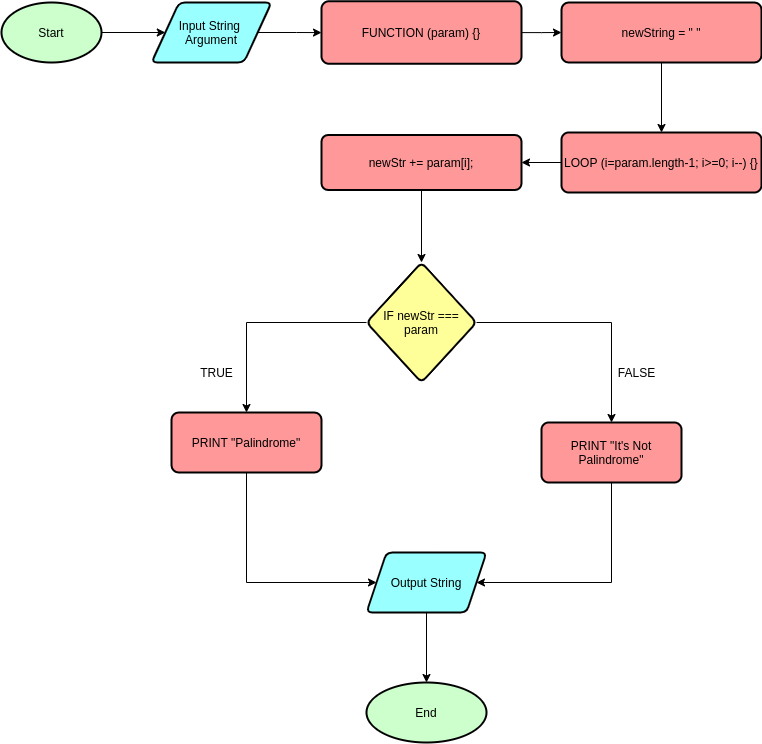
Earlier version of the draw.io export Flowchart/2_palindromeDetector.png (ferdianfh/algorithm-and-flowchart). Source tidied: cells renumbered, new cells last; positions are measured from the earlier drawing's top-left corner, leaving out a move shared by most shapes.
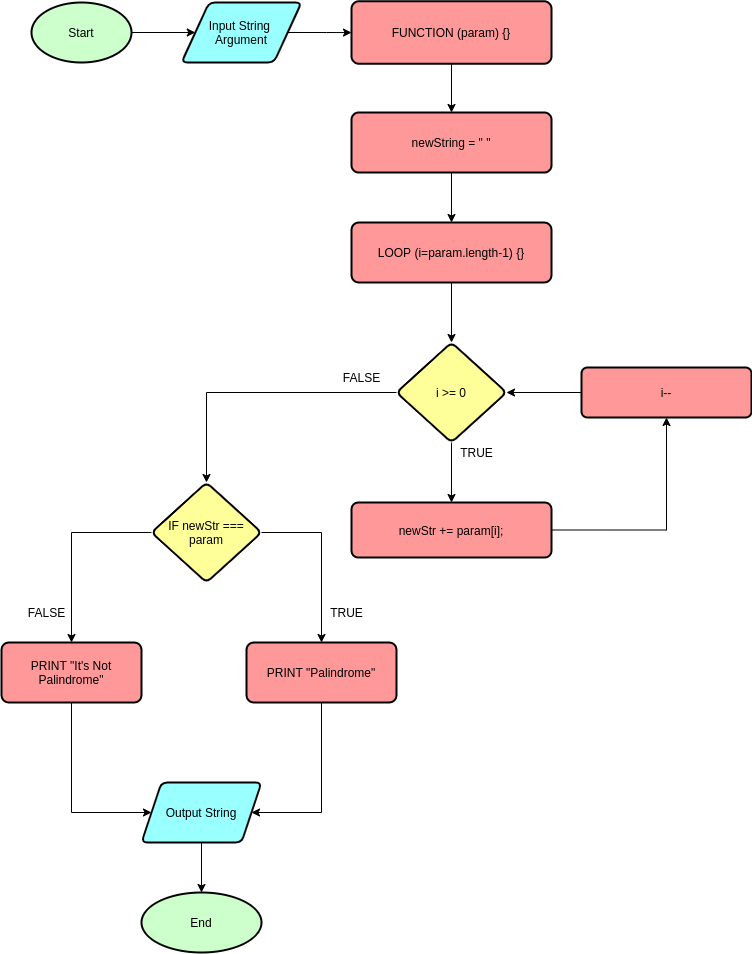
The same file after the commit.

What changed in the source:
```diff
@@ -20,67 +20,96 @@
     <mxCell id="7" value="&lt;div style=&quot;text-align: left&quot;&gt;FUNCTION (param) {&lt;span&gt;}&lt;/span&gt;&lt;/div&gt;" style="whiteSpace=wrap;html=1;rounded=1;strokeWidth=2;arcSize=12;fillColor=#FF9999;" parent="1" vertex="1">
       <mxGeometry x="320" y="-0.2" width="200" height="62.5" as="geometry" />
     </mxCell>
-    <mxCell id="8" style="edgeStyle=orthogonalEdgeStyle;rounded=0;jettySize=auto;html=1;" parent="1" edge="1" source="10" target="12">
-      <mxGeometry relative="1" as="geometry" />
-    </mxCell>
-    <mxCell id="9" style="edgeStyle=orthogonalEdgeStyle;rounded=0;jettySize=auto;html=1;" parent="1" edge="1" source="10" target="14">
-      <mxGeometry relative="1" as="geometry" />
-    </mxCell>
-    <mxCell id="10" value="IF newStr === param" style="rhombus;whiteSpace=wrap;html=1;rounded=1;strokeWidth=2;arcSize=12;fillColor=#FFFF99;" parent="1" vertex="1">
-      <mxGeometry x="365" y="261" width="110" height="120" as="geometry" />
-    </mxCell>
     <mxCell id="11" style="edgeStyle=orthogonalEdgeStyle;rounded=0;jettySize=auto;html=1;" parent="1" edge="1" source="12" target="16">
       <mxGeometry relative="1" as="geometry">
         <Array as="points">
-          <mxPoint x="245" y="581" />
+          <mxPoint x="290" y="811" />
         </Array>
       </mxGeometry>
     </mxCell>
     <mxCell id="12" value="PRINT &quot;Palindrome&quot;" style="whiteSpace=wrap;html=1;rounded=1;strokeWidth=2;arcSize=12;fillColor=#FF9999;" parent="1" vertex="1">
-      <mxGeometry x="170" y="411" width="150" height="60" as="geometry" />
+      <mxGeometry x="215" y="641" width="150" height="60" as="geometry" />
     </mxCell>
     <mxCell id="13" style="edgeStyle=orthogonalEdgeStyle;rounded=0;jettySize=auto;html=1;" parent="1" edge="1" source="14" target="16">
       <mxGeometry relative="1" as="geometry">
         <Array as="points">
-          <mxPoint x="610" y="581" />
+          <mxPoint x="40" y="811" />
         </Array>
       </mxGeometry>
     </mxCell>
     <mxCell id="14" value="PRINT &quot;It's Not Palindrome&quot;" style="whiteSpace=wrap;html=1;rounded=1;strokeWidth=2;arcSize=12;fillColor=#FF9999;" parent="1" vertex="1">
-      <mxGeometry x="540" y="421" width="140" height="60" as="geometry" />
+      <mxGeometry x="-30" y="641" width="140" height="60" as="geometry" />
     </mxCell>
     <mxCell id="15" style="edgeStyle=orthogonalEdgeStyle;rounded=0;jettySize=auto;html=1;" parent="1" edge="1" source="16" target="17">
       <mxGeometry relative="1" as="geometry" />
     </mxCell>
     <mxCell id="16" value="Output String" style="shape=parallelogram;perimeter=parallelogramPerimeter;whiteSpace=wrap;html=1;fixedSize=1;rounded=1;strokeWidth=2;arcSize=12;fillColor=#99FFFF;" parent="1" vertex="1">
-      <mxGeometry x="365" y="551" width="120" height="60" as="geometry" />
+      <mxGeometry x="110" y="781" width="120" height="60" as="geometry" />
     </mxCell>
     <mxCell id="17" value="End" style="ellipse;whiteSpace=wrap;html=1;rounded=1;strokeWidth=2;arcSize=12;fillColor=#CCFFCC;" parent="1" vertex="1">
-      <mxGeometry x="365" y="681" width="120" height="60" as="geometry" />
+      <mxGeometry x="110" y="891" width="120" height="60" as="geometry" />
     </mxCell>
-    <mxCell id="18" style="edgeStyle=orthogonalEdgeStyle;rounded=0;jettySize=auto;html=1;" parent="1" edge="1" source="19" target="21">
-      <mxGeometry relative="1" as="geometry" />
-    </mxCell>
+    <mxCell id="26" style="edgeStyle=orthogonalEdgeStyle;rounded=0;jettySize=auto;html=1;" parent="1" edge="1" source="19" target="30">
+      <mxGeometry relative="1" as="geometry" />
+    </mxCell>
-    <mxCell id="19" value="&lt;div style=&quot;text-align: left&quot;&gt;LOOP (i=param.length-1; i&amp;gt;=0; i--) {&lt;span&gt;}&lt;/span&gt;&lt;/div&gt;" style="rounded=1;whiteSpace=wrap;html=1;strokeWidth=2;fillColor=#FF9999;arcSize=12;" parent="1" vertex="1">
-      <mxGeometry x="560" y="131" width="200" height="60" as="geometry" />
+    <mxCell id="19" value="&lt;div style=&quot;text-align: left&quot;&gt;LOOP (i=param.length-1) {&lt;span&gt;}&lt;/span&gt;&lt;/div&gt;" style="rounded=1;whiteSpace=wrap;html=1;strokeWidth=2;fillColor=#FF9999;arcSize=12;" parent="1" vertex="1">
+      <mxGeometry x="320" y="221" width="200" height="60" as="geometry" />
     </mxCell>
-    <mxCell id="20" style="edgeStyle=orthogonalEdgeStyle;rounded=0;jettySize=auto;html=1;" parent="1" edge="1" source="21" target="10">
-      <mxGeometry relative="1" as="geometry" />
-    </mxCell>
+    <mxCell id="27" style="edgeStyle=orthogonalEdgeStyle;rounded=0;jettySize=auto;html=1;" parent="1" edge="1" source="21" target="32">
+      <mxGeometry relative="1" as="geometry" />
+    </mxCell>
     <mxCell id="21" value="&lt;span style=&quot;text-align: left&quot;&gt;newStr += param[i];&lt;/span&gt;" style="rounded=1;whiteSpace=wrap;html=1;strokeWidth=2;fillColor=#FF9999;arcSize=12;" parent="1" vertex="1">
-      <mxGeometry x="320" y="133.5" width="200" height="55" as="geometry" />
+      <mxGeometry x="320" y="501" width="200" height="55" as="geometry" />
     </mxCell>
     <mxCell id="22" value="FALSE" style="text;html=1;align=center;verticalAlign=middle;strokeColor=none;fillColor=none;" parent="1" vertex="1">
-      <mxGeometry x="610" y="361" width="50" height="20" as="geometry" />
+      <mxGeometry x="-10" y="601" width="50" height="20" as="geometry" />
     </mxCell>
     <mxCell id="23" style="edgeStyle=orthogonalEdgeStyle;rounded=0;jettySize=auto;html=1;" parent="1" edge="1" source="24" target="19">
       <mxGeometry relative="1" as="geometry" />
     </mxCell>
     <mxCell id="24" value="newString = &quot; &quot;" style="whiteSpace=wrap;html=1;rounded=1;strokeWidth=2;fillColor=#FF9999;arcSize=12;" parent="1" vertex="1">
-      <mxGeometry x="560" y="1" width="200" height="60" as="geometry" />
+      <mxGeometry x="320" y="111" width="200" height="60" as="geometry" />
     </mxCell>
     <mxCell id="25" value="TRUE" style="text;html=1;align=center;verticalAlign=middle;strokeColor=none;fillColor=none;" parent="1" vertex="1">
-      <mxGeometry x="190" y="361" width="50" height="20" as="geometry" />
+      <mxGeometry x="420" y="441" width="50" height="20" as="geometry" />
     </mxCell>
+    <mxCell id="28" style="edgeStyle=orthogonalEdgeStyle;rounded=0;jettySize=auto;html=1;" parent="1" edge="1" source="30" target="21">
+      <mxGeometry relative="1" as="geometry" />
+    </mxCell>
+    <mxCell id="29" style="edgeStyle=orthogonalEdgeStyle;rounded=0;jettySize=auto;html=1;" parent="1" edge="1" source="30" target="10">
+      <mxGeometry relative="1" as="geometry" />
+    </mxCell>
+    <mxCell id="30" value="i &amp;gt;= 0" style="rhombus;whiteSpace=wrap;html=1;rounded=1;strokeWidth=2;fillColor=#FFFF99;arcSize=12;" parent="1" vertex="1">
+      <mxGeometry x="365" y="341" width="110" height="100" as="geometry" />
+    </mxCell>
+    <mxCell id="31" style="edgeStyle=orthogonalEdgeStyle;rounded=0;jettySize=auto;html=1;" parent="1" edge="1" source="32" target="30">
+      <mxGeometry relative="1" as="geometry" />
+    </mxCell>
+    <mxCell id="32" value="i--" style="rounded=1;whiteSpace=wrap;html=1;strokeWidth=2;fillColor=#FF9999;arcSize=12;" parent="1" vertex="1">
+      <mxGeometry x="550" y="366" width="170" height="50" as="geometry" />
+    </mxCell>
+    <mxCell id="8" style="edgeStyle=orthogonalEdgeStyle;rounded=0;jettySize=auto;html=1;" parent="1" edge="1" source="10" target="12">
+      <mxGeometry relative="1" as="geometry">
+        <Array as="points">
+          <mxPoint x="290" y="531" />
+        </Array>
+      </mxGeometry>
+    </mxCell>
+    <mxCell id="9" style="edgeStyle=orthogonalEdgeStyle;rounded=0;jettySize=auto;html=1;" parent="1" edge="1" source="10" target="14">
+      <mxGeometry relative="1" as="geometry">
+        <Array as="points">
+          <mxPoint x="40" y="531" />
+        </Array>
+      </mxGeometry>
+    </mxCell>
+    <mxCell id="10" value="IF newStr === param" style="rhombus;whiteSpace=wrap;html=1;rounded=1;strokeWidth=2;fillColor=#FFFF99;arcSize=12;" parent="1" vertex="1">
+      <mxGeometry x="120" y="481" width="110" height="100" as="geometry" />
+    </mxCell>
+    <mxCell id="33" value="FALSE" style="text;html=1;align=center;verticalAlign=middle;strokeColor=none;fillColor=none;" parent="1" vertex="1">
+      <mxGeometry x="305" y="366" width="50" height="20" as="geometry" />
+    </mxCell>
+    <mxCell id="34" value="TRUE" style="text;html=1;align=center;verticalAlign=middle;strokeColor=none;fillColor=none;" parent="1" vertex="1">
+      <mxGeometry x="290" y="601" width="50" height="20" as="geometry" />
+    </mxCell>
   </root>
 </mxGraphModel>
```
